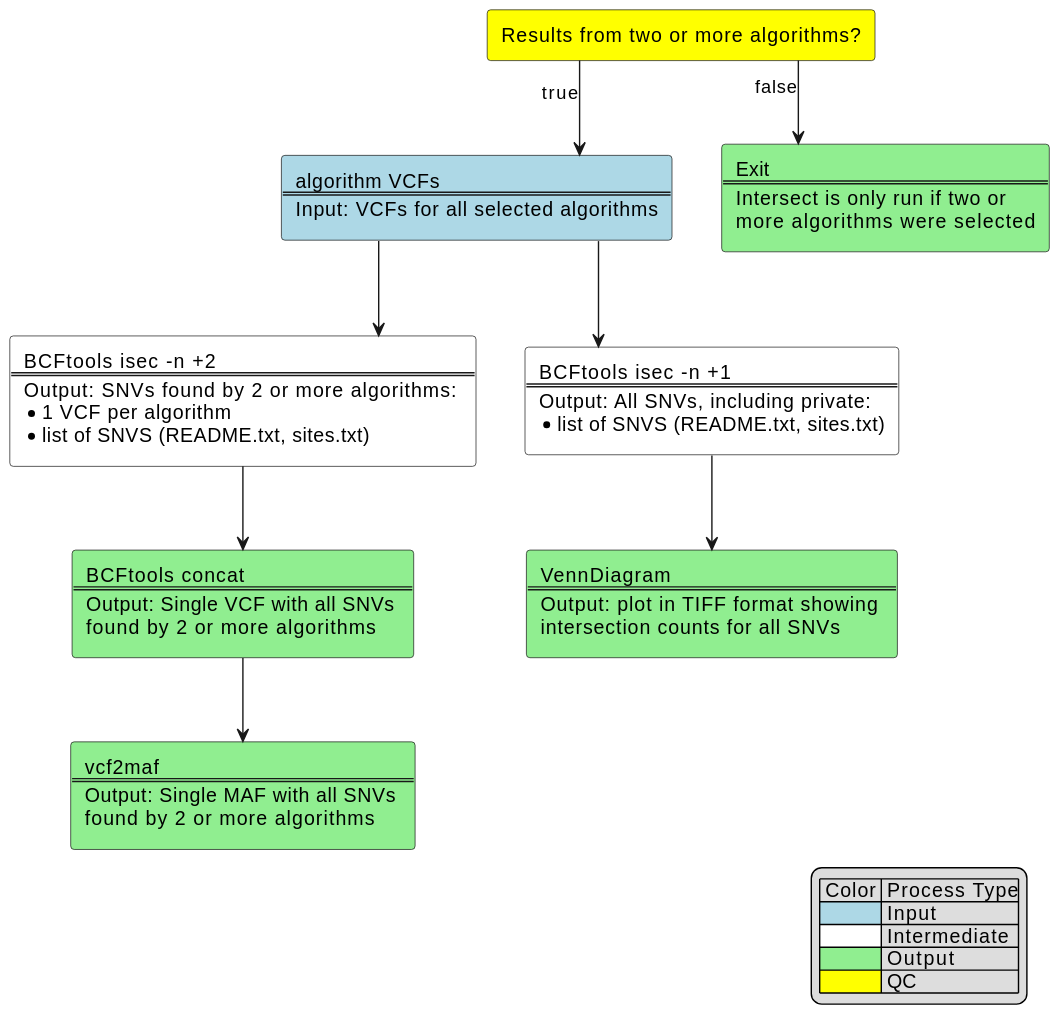
Above: docs/intersect_chart.svg in uclahs-cds/pipeline-call-sSNV (PlantUML), before the change.
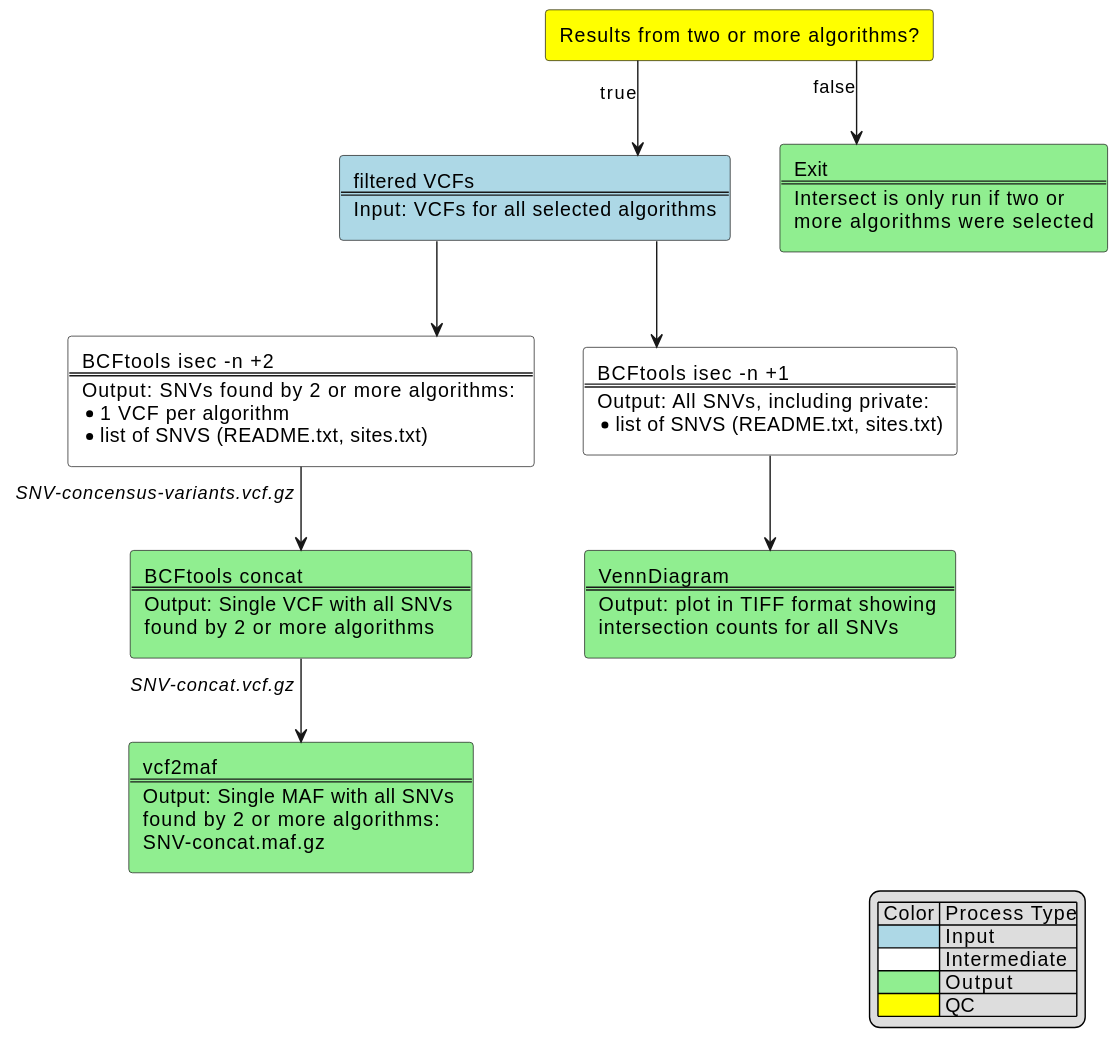
The same file after the commit.

Change to the diagram source:
```diff
@@ -11,7 +11,7 @@
 skinparam linetype ortho
 
 $test_process(num_algos, '', 'Results from two or more algorithms?')
-$input_process(input_vcfs, 'algorithm VCFs', 'Input: VCFs for all selected algorithms')
+$input_process(input_vcfs, 'filtered VCFs', 'Input: VCFs for all selected algorithms')
 $output_process(done, 'Exit', 'Intersect is only run if two or %newline()more algorithms were selected')
 
 $intermediate_process(intersect_vcfs_2, "BCFtools isec -n +2", "Output: SNVs found by 2 or more algorithms: %newline()* 1 VCF per algorithm %newline() * list of SNVS (README.txt, sites.txt)")
@@ -19,15 +19,15 @@
 
 $output_process(plot_venn, 'VennDiagram', 'Output: plot in TIFF format showing %newline()intersection counts for all SNVs')
 $output_process(concat_vcfs, 'BCFtools concat', 'Output: Single VCF with all SNVs %newline()found by 2 or more algorithms')
-$output_process(vcf2maf, 'vcf2maf', 'Output: Single MAF with all SNVs %newline()found by 2 or more algorithms')
+$output_process(vcf2maf, 'vcf2maf', 'Output: Single MAF with all SNVs %newline()found by 2 or more algorithms: %newline()SNV-concat.maf.gz')
 
 num_algos -d-> input_vcfs: true
 num_algos -d-> done: false
 input_vcfs -d-> intersect_vcfs_2
 input_vcfs -d-> intersect_vcfs_1
 intersect_vcfs_1 -d-> plot_venn
-intersect_vcfs_2 -d-> concat_vcfs
-concat_vcfs -d-> vcf2maf
+intersect_vcfs_2 -d-> concat_vcfs: // SNV-concensus-variants.vcf.gz //
+concat_vcfs -d-> vcf2maf: // SNV-concat.vcf.gz //
 
 $add_legend("right")
 
```
